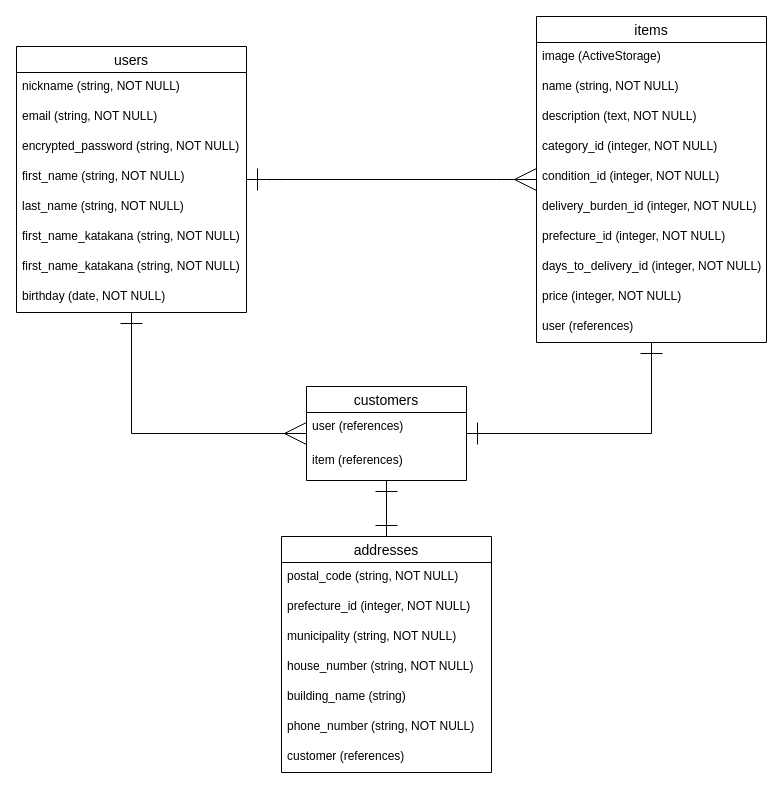
programen-gh/furima-33071 keeps this draw.io diagram as ER.dio. Above is the earlier version. Source tidied: cells renumbered, new cells numbered last; positions are measured from the earlier drawing's top-left corner, leaving out a move shared by most shapes. Both pictures are drawn from the tidied source at 100%, with x=0, y=0 at pixel (16, 16).
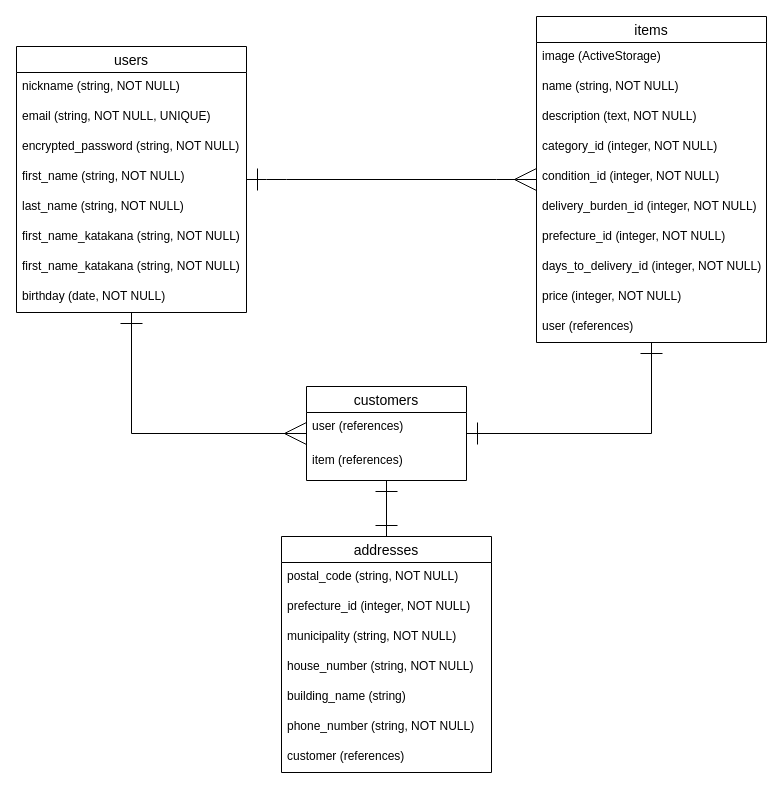
The same page after the edit.

Commit message (it also covers changes not shown here):
データベース設計の修正2

The change refers to these unchanged cells:
```xml
<mxCell id="8" value="users" style="swimlane;fontStyle=0;horizontal=1;startSize=26;align=center;fontSize=14;" parent="1" vertex="1">
  <mxGeometry y="30" width="230" height="266" as="geometry" />
</mxCell>
```

Change to the diagram source:
```diff
@@
-    <mxCell id="10" value="email (string, NOT NULL)" style="text;strokeColor=none;fillColor=none;spacingLeft=4;spacingRight=4;overflow=hidden;fontSize=12;" parent="8" vertex="1">
+    <mxCell id="10" value="email (string, NOT NULL, UNIQUE)" style="text;strokeColor=none;fillColor=none;spacingLeft=4;spacingRight=4;overflow=hidden;fontSize=12;" parent="8" vertex="1">
       <mxGeometry y="56" width="230" height="30" as="geometry" />
     </mxCell>
```
